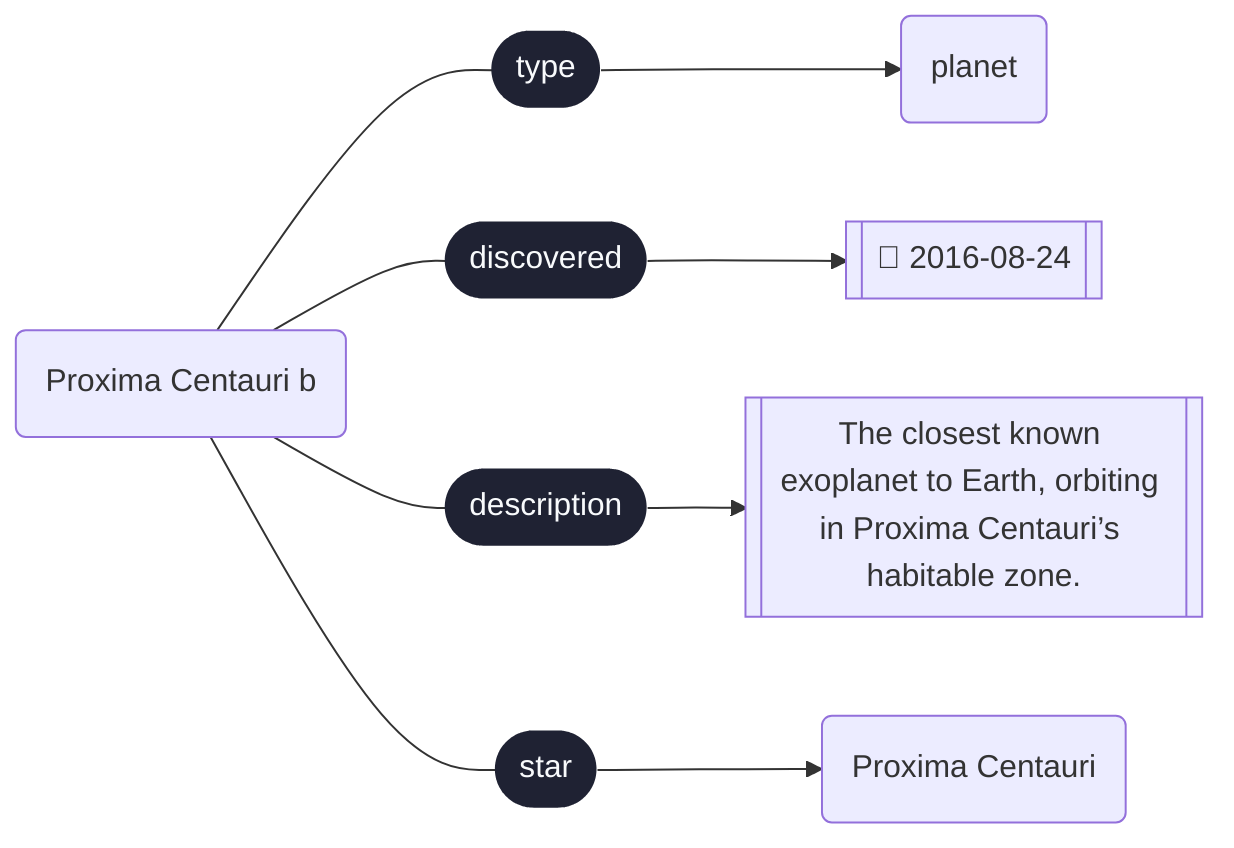
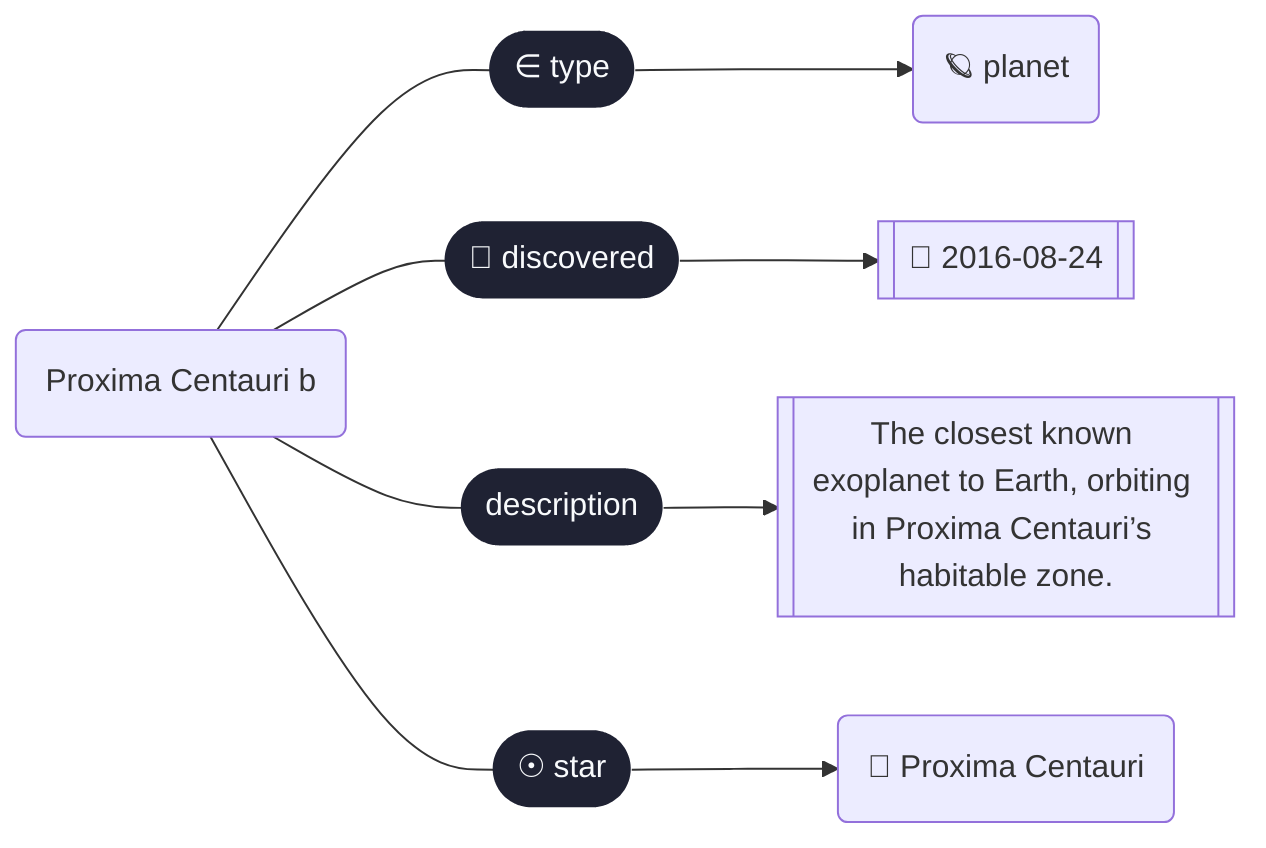
graph LR
  http___dbpedia_org_resource_Proxima_Centauri_b("Proxima Centauri b")
  click http___dbpedia_org_resource_Proxima_Centauri_b "http://dbpedia.org/resource/Proxima_Centauri_b"
-   http___dbpedia_org_ontology_Planet("planet")
+   http___dbpedia_org_ontology_Planet("🪐 planet")
  click http___dbpedia_org_ontology_Planet "http://dbpedia.org/ontology/Planet"
  Literal_27f67571cab3[["📅 2016-08-24"]]
  Literal_60f6527b948d[["The closest known exoplanet to Earth, orbiting in Proxima Centauri’s habitable zone."]]
-   http___dbpedia_org_resource_Proxima_Centauri("Proxima Centauri")
+   http___dbpedia_org_resource_Proxima_Centauri("🔴 Proxima Centauri")
  click http___dbpedia_org_resource_Proxima_Centauri "http://dbpedia.org/resource/Proxima_Centauri"
-   http___dbpedia_org_resource_Proxima_Centauri_b --- Edge_540e00cae247(["type"])--> http___dbpedia_org_ontology_Planet
+   http___dbpedia_org_resource_Proxima_Centauri_b --- Edge_540e00cae247(["∈ type"])--> http___dbpedia_org_ontology_Planet
  click Edge_540e00cae247 "http://www.w3.org/1999/02/22-rdf-syntax-ns#type"
-   http___dbpedia_org_resource_Proxima_Centauri_b --- Edge_a0efd4f3aa3e(["discovered"])--> Literal_27f67571cab3
+   http___dbpedia_org_resource_Proxima_Centauri_b --- Edge_a0efd4f3aa3e(["📅 discovered"])--> Literal_27f67571cab3
  click Edge_a0efd4f3aa3e "http://dbpedia.org/property/discovered"
  http___dbpedia_org_resource_Proxima_Centauri_b --- Edge_29580035684f(["description"])--> Literal_60f6527b948d
  click Edge_29580035684f "https://schema.org/description"
-   http___dbpedia_org_resource_Proxima_Centauri_b --- Edge_d03b11f4404f(["star"])--> http___dbpedia_org_resource_Proxima_Centauri
+   http___dbpedia_org_resource_Proxima_Centauri_b --- Edge_d03b11f4404f(["☉ star"])--> http___dbpedia_org_resource_Proxima_Centauri
  click Edge_d03b11f4404f "http://dbpedia.org/property/star"
  classDef predicate fill:#1f2233,stroke:transparent,color:#f8fafc,stroke-width:0px;
  classDef hidden fill:transparent,stroke:transparent,color:transparent,stroke-width:0px;
  classDef nanopubdot fill:#0f172a,stroke:#0f172a,color:transparent,stroke-width:2px;
  classDef transparent fill:transparent,stroke:transparent,color:transparent,stroke-width:0px;
  class Edge_540e00cae247,Edge_a0efd4f3aa3e,Edge_29580035684f,Edge_d03b11f4404f predicate
